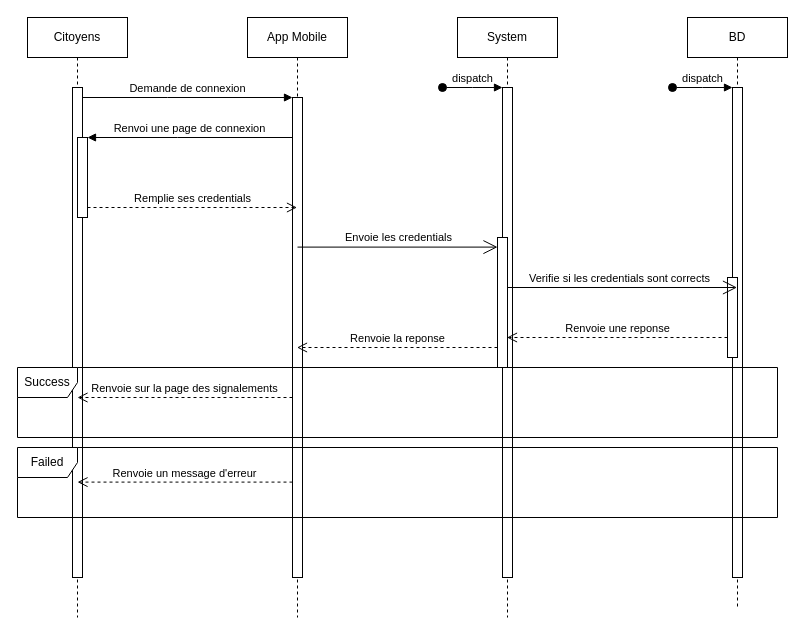
The draw.io diagram diagrams/SmartCite_Diagramme_sequence.drawio in VYoungui/SmartCite, before the edit. Source tidied: cells renumbered, new cells numbered last; positions are measured from the earlier drawing's top-left corner, leaving out a move shared by most shapes. Both pictures are drawn from the tidied source at 100%, with x=0, y=0 at pixel (17, 17).
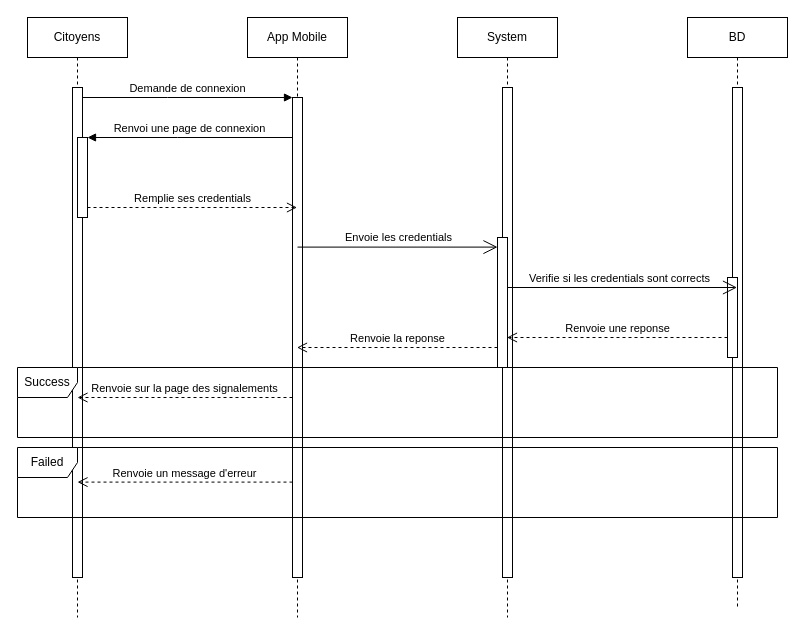
The same diagram, later.

Commit message:
Mettre à jour SmartCite_Diagramme_sequence_connexion.drawio

Unchanged cells that the change refers to:
```xml
<mxCell id="9" value="System" style="shape=umlLifeline;perimeter=lifelinePerimeter;whiteSpace=wrap;html=1;outlineConnect=0;portConstraint=eastwest;newEdgeStyle={&quot;edgeStyle&quot;:&quot;elbowEdgeStyle&quot;,&quot;elbow&quot;:&quot;vertical&quot;,&quot;curved&quot;:0,&quot;rounded&quot;:0};" parent="1" vertex="1">
  <mxGeometry x="440" width="100" height="600" as="geometry" />
</mxCell>
<mxCell id="10" style="html=1;points=[];perimeter=orthogonalPerimeter;outlineConnect=0;targetShapes=umlLifeline;portConstraint=eastwest;newEdgeStyle={&quot;edgeStyle&quot;:&quot;elbowEdgeStyle&quot;,&quot;elbow&quot;:&quot;vertical&quot;,&quot;curved&quot;:0,&quot;rounded&quot;:0};" parent="9" vertex="1">
  <mxGeometry x="45" y="70" width="10" height="490" as="geometry" />
</mxCell>
<mxCell id="13" value="BD" style="shape=umlLifeline;perimeter=lifelinePerimeter;whiteSpace=wrap;html=1;outlineConnect=0;portConstraint=eastwest;newEdgeStyle={&quot;edgeStyle&quot;:&quot;elbowEdgeStyle&quot;,&quot;elbow&quot;:&quot;vertical&quot;,&quot;curved&quot;:0,&quot;rounded&quot;:0};" parent="1" vertex="1">
  <mxGeometry x="670" width="100" height="590" as="geometry" />
</mxCell>
<mxCell id="14" style="html=1;points=[];perimeter=orthogonalPerimeter;outlineConnect=0;targetShapes=umlLifeline;portConstraint=eastwest;newEdgeStyle={&quot;edgeStyle&quot;:&quot;elbowEdgeStyle&quot;,&quot;elbow&quot;:&quot;vertical&quot;,&quot;curved&quot;:0,&quot;rounded&quot;:0};" parent="13" vertex="1">
  <mxGeometry x="45" y="70" width="10" height="490" as="geometry" />
</mxCell>
```

The edit, as a diff of the source:
```diff
@@
-    <mxCell id="11" value="dispatch" style="html=1;verticalAlign=bottom;startArrow=oval;endArrow=block;startSize=8;edgeStyle=elbowEdgeStyle;elbow=vertical;curved=0;rounded=0;" parent="9" edge="1" target="10">
-      <mxGeometry relative="1" as="geometry">
-        <mxPoint x="-15" y="70" as="sourcePoint" />
-      </mxGeometry>
-    </mxCell>
@@
-    <mxCell id="15" value="dispatch" style="html=1;verticalAlign=bottom;startArrow=oval;endArrow=block;startSize=8;edgeStyle=elbowEdgeStyle;elbow=vertical;curved=0;rounded=0;" parent="13" edge="1" target="14">
-      <mxGeometry relative="1" as="geometry">
-        <mxPoint x="-15" y="70" as="sourcePoint" />
-      </mxGeometry>
-    </mxCell>
```
